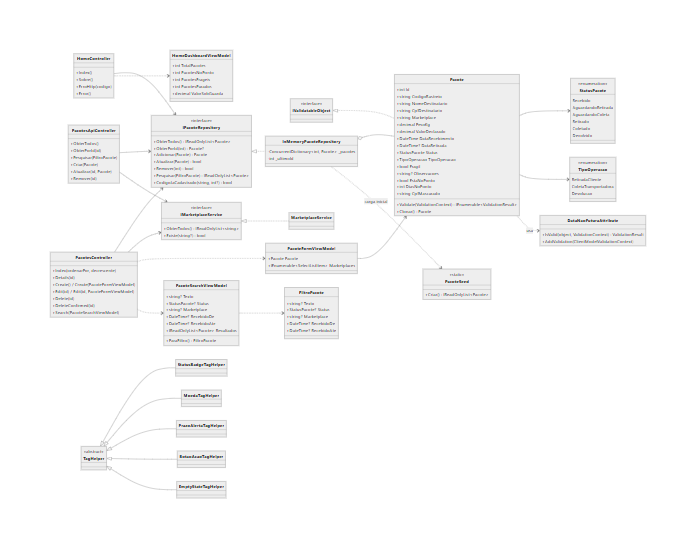
Above: docs/diagramas/classes.png in Raphael-Sinelli/coletahub-cp2-dotnet (Mermaid), before the change. Its source is kept beside it as docs/diagramas/classes.mmd. Its diagram source:
```mermaid
classDiagram
    direction LR

    class Pacote {
        +int Id
        +string CodigoRastreio
        +string NomeDestinatario
        +string CpfDestinatario
        +string Marketplace
        +decimal PesoKg
        +decimal ValorDeclarado
        +DateTime DataRecebimento
        +DateTime? DataRetirada
        +StatusPacote Status
        +TipoOperacao TipoOperacao
        +bool Fragil
        +string? Observacoes
        +bool EstaNoPonto
        +int DiasNoPonto
        +string CpfMascarado
        +Validate(ValidationContext) IEnumerable~ValidationResult~
        +Clonar() Pacote
    }
    class IValidatableObject {
        <<interface>>
    }
    class StatusPacote {
        <<enumeration>>
        Recebido
        AguardandoRetirada
        AguardandoColeta
        Retirado
        Coletado
        Devolvido
    }
    class TipoOperacao {
        <<enumeration>>
        RetiradaCliente
        ColetaTransportadora
        Devolucao
    }
    class FiltroPacote {
        +string? Texto
        +StatusPacote? Status
        +string? Marketplace
        +DateTime? RecebidoDe
        +DateTime? RecebidoAte
    }
    class DataNaoFuturaAttribute {
        +IsValid(object, ValidationContext) ValidationResult
        +AddValidation(ClientModelValidationContext)
    }

    class IPacoteRepository {
        <<interface>>
        +ObterTodos() IReadOnlyList~Pacote~
        +ObterPorId(int) Pacote?
        +Adicionar(Pacote) Pacote
        +Atualizar(Pacote) bool
        +Remover(int) bool
        +Pesquisar(FiltroPacote) IReadOnlyList~Pacote~
        +CodigoJaCadastrado(string, int?) bool
    }
    class InMemoryPacoteRepository {
        -ConcurrentDictionary~int, Pacote~ _pacotes
        -int _ultimoId
    }
    class PacoteSeed {
        <<static>>
        +Criar() IReadOnlyList~Pacote~
    }
    class IMarketplaceService {
        <<interface>>
        +ObterTodos() IReadOnlyList~string~
        +Existe(string?) bool
    }
    class MarketplaceService

    class PacoteFormViewModel {
        +Pacote Pacote
        +IEnumerable~SelectListItem~ Marketplaces
    }
    class PacoteSearchViewModel {
        +string? Texto
        +StatusPacote? Status
        +string? Marketplace
        +DateTime? RecebidoDe
        +DateTime? RecebidoAte
        +IReadOnlyList~Pacote~ Resultados
        +ParaFiltro() FiltroPacote
    }
    class HomeDashboardViewModel {
        +int TotalPacotes
        +int PacotesNoPonto
        +int PacotesFrageis
        +int PacotesParados
        +decimal ValorSobGuarda
    }

    class PacotesController {
        +Index(ordenarPor, decrescente)
        +Details(id)
        +Create() / Create(PacoteFormViewModel)
        +Edit(id) / Edit(id, PacoteFormViewModel)
        +Delete(id)
        +DeleteConfirmed(id)
        +Search(PacoteSearchViewModel)
    }
    class HomeController {
        +Index()
        +Sobre()
        +ErroHttp(codigo)
        +Error()
    }
    class PacotesApiController {
        +ObterTodos()
        +ObterPorId(id)
        +Pesquisar(FiltroPacote)
        +Criar(Pacote)
        +Atualizar(id, Pacote)
        +Remover(id)
    }

    class TagHelper {
        <<abstract>>
    }
    class StatusBadgeTagHelper
    class MoedaTagHelper
    class PrazoAlertaTagHelper
    class BotaoAcaoTagHelper
    class EmptyStateTagHelper

    IValidatableObject <|.. Pacote
    Pacote --> StatusPacote
    Pacote --> TipoOperacao
    Pacote ..> DataNaoFuturaAttribute : usa
    IPacoteRepository <|.. InMemoryPacoteRepository
    InMemoryPacoteRepository o-- Pacote
    InMemoryPacoteRepository ..> PacoteSeed : carga inicial
    IMarketplaceService <|.. MarketplaceService
    PacoteFormViewModel --> Pacote
    PacoteSearchViewModel ..> FiltroPacote
    PacotesController --> IPacoteRepository
    PacotesController --> IMarketplaceService
    PacotesController ..> PacoteFormViewModel
    PacotesController ..> PacoteSearchViewModel
    HomeController --> IPacoteRepository
    HomeController ..> HomeDashboardViewModel
    PacotesApiController --> IPacoteRepository
    PacotesApiController --> IMarketplaceService
    TagHelper <|-- StatusBadgeTagHelper
    TagHelper <|-- MoedaTagHelper
    TagHelper <|-- PrazoAlertaTagHelper
    TagHelper <|-- BotaoAcaoTagHelper
    TagHelper <|-- EmptyStateTagHelper
```
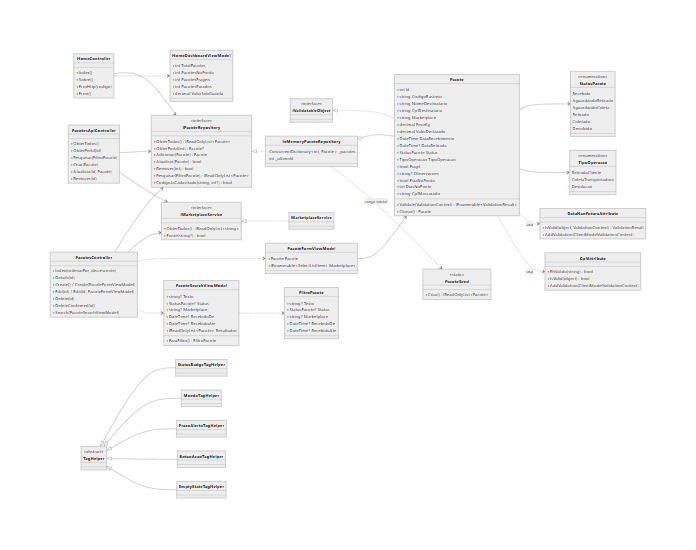
The same file after the commit.

What changed in the source:
```diff
@@ -48,6 +48,11 @@
     }
     class DataNaoFuturaAttribute {
         +IsValid(object, ValidationContext) ValidationResult
+        +AddValidation(ClientModelValidationContext)
+    }
+    class CpfAttribute {
+        +EhValido(string) bool
+        +IsValid(object) bool
         +AddValidation(ClientModelValidationContext)
     }
 
@@ -134,6 +139,7 @@
     Pacote --> StatusPacote
     Pacote --> TipoOperacao
     Pacote ..> DataNaoFuturaAttribute : usa
+    Pacote ..> CpfAttribute : usa
     IPacoteRepository <|.. InMemoryPacoteRepository
     InMemoryPacoteRepository o-- Pacote
     InMemoryPacoteRepository ..> PacoteSeed : carga inicial
```
